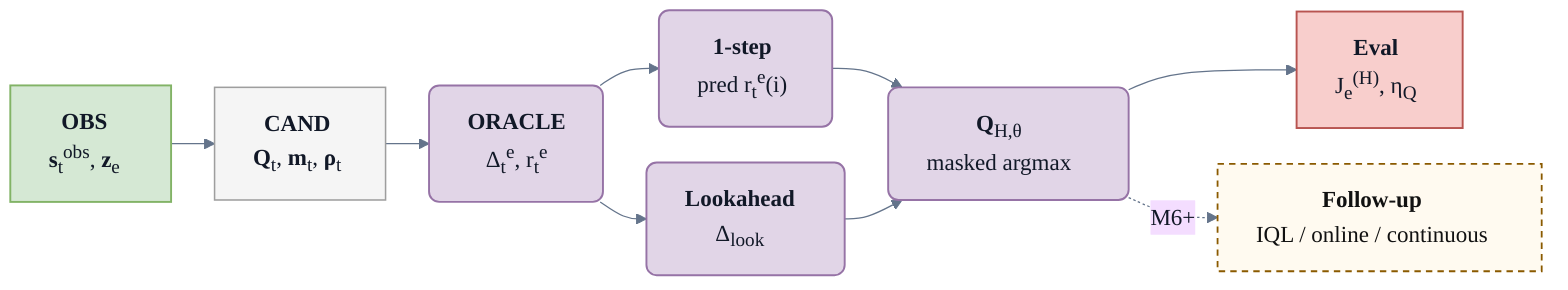
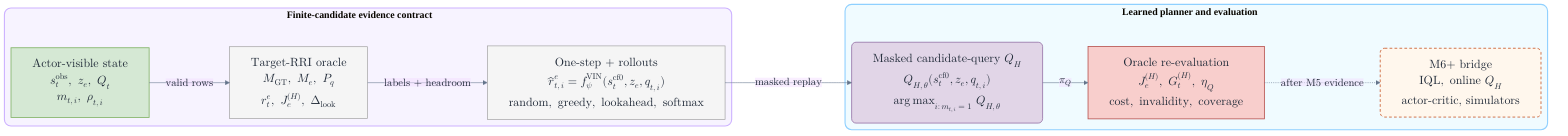
- %%{init: {"theme": "base", "flowchart": {"htmlLabels": true, "nodeSpacing": 28, "rankSpacing": 34, "curve": "basis"}, "themeVariables": {"background": "#ffffff", "fontFamily": "Inter, DejaVu Sans, Arial, sans-serif", "fontSize": "18px", "primaryTextColor": "#111827", "lineColor": "#64748b"}}}%%
+ ---
+ config:
+   theme: base
+   htmlLabels: true
+   flowchart:
+     htmlLabels: true
+     nodeSpacing: 20
+     rankSpacing: 32
+     curve: basis
+   layout: elk
+   themeVariables:
+     background: "#ffffff"
+     fontFamily: "Inter, DejaVu Sans, Arial, sans-serif"
+     fontSize: "18px"
+     primaryTextColor: "#1f2937"
+     lineColor: "#64748b"
+   themeCSS: |
+     .nodeLabel { font-size: 18px; }
+     .edgeLabel { font-size: 16px; }
+     .cluster-label { font-size: 18px; font-weight: 700; }
+ ---
flowchart LR
-   A["<b>OBS</b><br/><b>s</b><sub>t</sub><sup>obs</sup>, <b>z</b><sub>e</sub>"] --> B["<b>CAND</b><br/><b>Q</b><sub>t</sub>, <b>m</b><sub>t</sub>, <b>&rho;</b><sub>t</sub>"]
-   B --> C["<b>ORACLE</b><br/>&Delta;<sub>t</sub><sup>e</sup>, r<sub>t</sub><sup>e</sup>"]
-   C --> D["<b>1-step</b><br/>pred r<sub>t</sub><sup>e</sup>(i)"]
-   C --> E["<b>Lookahead</b><br/>&Delta;<sub>look</sub>"]
-   D --> F["<b>Q</b><sub>H,&theta;</sub><br/>masked argmax"]
-   E --> F
-   F --> G["<b>Eval</b><br/>J<sub>e</sub><sup>(H)</sup>, &eta;<sub>Q</sub>"]
-   F -. "M6+" .-> H["<b>Follow-up</b><br/>IQL / online / continuous"]
+   subgraph EvidenceTop["Finite-candidate evidence contract"]
+     direction LR
+     Input["$$\begin{array}{c}\textbf{Actor-visible state}\\\\ \boldsymbol{s}_{t}^{\mathrm{obs}},\ \mathbf{z}_{e},\ Q_t\\\\ m_{t,i},\ \rho_{t,i}\end{array}$$"]
+     Oracle["$$\begin{array}{c}\textbf{Target-RRI oracle}\\\\ M_{\mathrm{GT}},\ M_e,\ \boldsymbol{\mathcal{P}}_{q}\\\\ r_t^e,\ J_e^{(H)},\ \Delta_{\mathrm{look}}\end{array}$$"]
+     Replay["$$\begin{array}{c}\textbf{One-step + rollouts}\\\\ \hat r_{t,i}^{e}=f_{\psi}^{\mathrm{VIN}}(\boldsymbol{s}_{t}^{\mathrm{cf0}},\mathbf{z}_{e},q_{t,i})\\\\ \texttt{random},\ \texttt{greedy},\ \texttt{lookahead},\ \texttt{softmax}\end{array}$$"]
+   end
+ 
+   subgraph EvidenceBottom["Learned planner and evaluation"]
+     direction LR
+     QH["$$\begin{array}{c}\textbf{Masked candidate-query }Q_H\\\\ Q_{H,\theta}(\boldsymbol{s}_{t}^{\mathrm{cf0}},\mathbf{z}_{e},q_{t,i})\\\\ \operatorname*{arg\,max}_{i:m_{t,i}=1}\ Q_{H,\theta}\end{array}$$"]
+     Eval["$$\begin{array}{c}\textbf{Oracle re-evaluation}\\\\ J_e^{(H)},\ G_t^{(H)},\ \eta_Q\\\\ \mathrm{cost},\ \mathrm{invalidity},\ \mathrm{coverage}\end{array}$$"]
+     Bridge["$$\begin{array}{c}\textbf{M6+ bridge}\\\\ \texttt{IQL},\ \texttt{online }Q_H\\\\ \texttt{actor-critic},\ \texttt{simulators}\end{array}$$"]
+   end
+ 
+   Input -->|"$$\texttt{valid rows}$$"| Oracle
+   Oracle -->|"$$\texttt{labels + headroom}$$"| Replay
+   Replay -->|"$$\texttt{masked replay}$$"| QH
+   QH -->|"$$\pi_Q$$"| Eval
+   Eval -. "$$\texttt{after M5 evidence}$$" .-> Bridge

  classDef input fill:#D5E8D4,stroke:#82B366,stroke-width:1.5px,rx:0,ry:0;
  classDef output fill:#F8CECC,stroke:#B85450,stroke-width:1.5px,rx:0,ry:0;
  classDef compute fill:#E1D5E7,stroke:#9673A6,stroke-width:1.5px,rx:8,ry:8;
  classDef data fill:#F5F5F5,stroke:#9E9E9E,stroke-width:1.2px,rx:0,ry:0;
-   classDef bridge fill:#fffaf0,stroke:#8a5a00,stroke-width:1.4px,stroke-dasharray:5 4,color:#111;
-   class A input;
-   class B data;
-   class C,D,E,F compute;
-   class G output;
-   class H bridge;
+   classDef bridge fill:#fff7ed,stroke:#c2410c,stroke-width:1.3px,stroke-dasharray:5 4,rx:8,ry:8;
+ 
+   class Input input;
+   class Oracle,Replay data;
+   class QH compute;
+   class Eval output;
+   class Bridge bridge;
+ 
+   style EvidenceTop fill:#f7f3ff,stroke:#cdb2ff,stroke-width:2px,rx:12,ry:12
+   style EvidenceBottom fill:#f0fbff,stroke:#8fd0ff,stroke-width:2px,rx:12,ry:12
